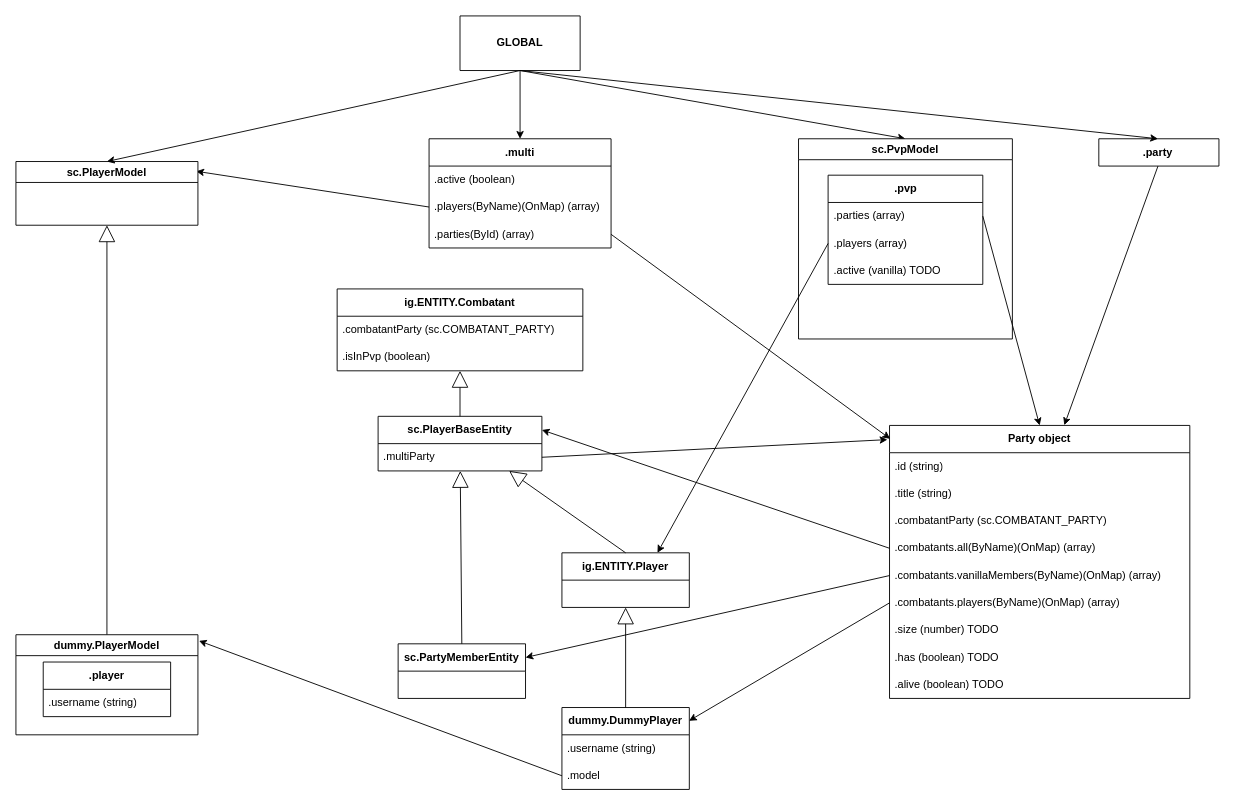
This is docs/drawio/game-vars.drawio from krypciak/cc-multibakery, a draw.io file, before an edit. Source tidied: cells renumbered, new cells numbered last; positions are measured from the earlier drawing's top-left corner, leaving out a move shared by most shapes. Both pictures are drawn from the tidied source at 91%, with x=0, y=0 at pixel (15, 15).
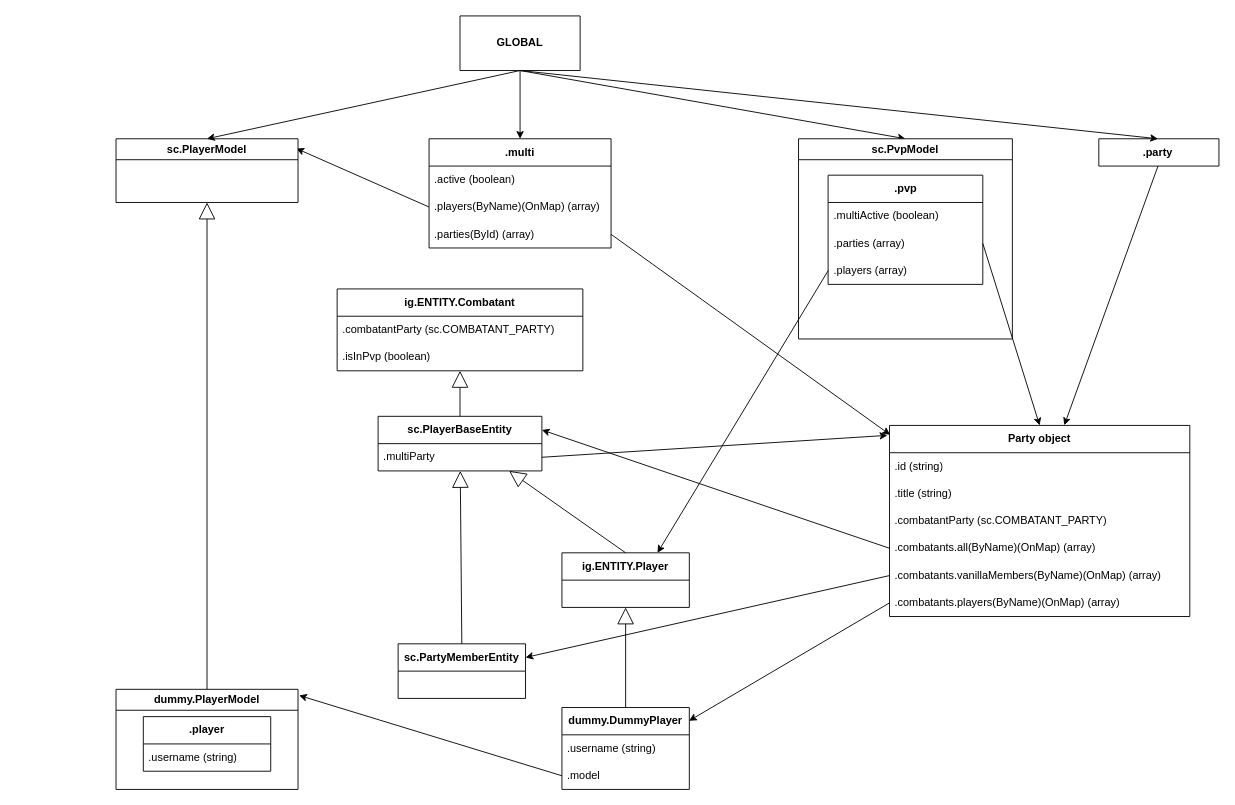
The same diagram, later.

Commit message (it also covers changes not shown here):
Add pvp.multiActive read only game variable

Unchanged cells that the change refers to:
```xml
<mxCell id="49" value="&lt;b&gt;.pvp&lt;/b&gt;" style="swimlane;fontStyle=0;horizontal=1;startSize=30;whiteSpace=wrap;html=1;" parent="48" vertex="1">
  <mxGeometry x="32.5" y="40" width="170" height="120" as="geometry" />
</mxCell>
```

The edit, as a diff of the source:
```diff
@@
     <mxCell id="12" value="&lt;b&gt;Party object&lt;/b&gt;" style="swimlane;fontStyle=0;horizontal=1;startSize=30;whiteSpace=wrap;html=1;" parent="1" vertex="1">
-      <mxGeometry x="960" y="450" width="330" height="300" as="geometry" />
+      <mxGeometry x="960" y="450" width="330" height="210" as="geometry" />
     </mxCell>
@@
-    <mxCell id="19" value=".size (number) TODO" style="text;strokeColor=none;fillColor=none;align=left;verticalAlign=middle;spacingLeft=4;spacingRight=4;overflow=hidden;whiteSpace=wrap;html=1;" parent="12" vertex="1">
-      <mxGeometry y="210" width="330" height="30" as="geometry" />
-    </mxCell>
-    <mxCell id="20" value=".has (boolean) TODO" style="text;strokeColor=none;fillColor=none;align=left;verticalAlign=middle;spacingLeft=4;spacingRight=4;overflow=hidden;whiteSpace=wrap;html=1;" parent="12" vertex="1">
-      <mxGeometry y="240" width="330" height="30" as="geometry" />
-    </mxCell>
-    <mxCell id="21" value=".alive (boolean) TODO" style="text;strokeColor=none;fillColor=none;align=left;verticalAlign=middle;spacingLeft=4;spacingRight=4;overflow=hidden;whiteSpace=wrap;html=1;" parent="12" vertex="1">
-      <mxGeometry y="270" width="330" height="30" as="geometry" />
-    </mxCell>
@@
     <mxCell id="38" value="sc.PlayerModel" style="swimlane;whiteSpace=wrap;html=1;" parent="1" vertex="1">
-      <mxGeometry y="160" width="200" height="70" as="geometry" />
+      <mxGeometry x="110" y="135" width="200" height="70" as="geometry" />
     </mxCell>
     <mxCell id="39" value="dummy.PlayerModel" style="swimlane;whiteSpace=wrap;html=1;" parent="1" vertex="1">
-      <mxGeometry y="680" width="200" height="110" as="geometry" />
+      <mxGeometry x="110" y="740" width="200" height="110" as="geometry" />
     </mxCell>
@@
+    <mxCell id="52" value=".multiActive (boolean)" style="text;strokeColor=none;fillColor=none;align=left;verticalAlign=middle;spacingLeft=4;spacingRight=4;overflow=hidden;whiteSpace=wrap;html=1;" parent="49" vertex="1">
+      <mxGeometry y="30" width="170" height="30" as="geometry" />
+    </mxCell>
     <mxCell id="50" value=".parties (array)" style="text;strokeColor=none;fillColor=none;align=left;verticalAlign=middle;spacingLeft=4;spacingRight=4;overflow=hidden;points=[[0,0.5],[1,0.5]];portConstraint=eastwest;whiteSpace=wrap;html=1;" parent="49" vertex="1">
-      <mxGeometry y="30" width="170" height="30" as="geometry" />
+      <mxGeometry y="60" width="170" height="30" as="geometry" />
     </mxCell>
     <mxCell id="51" value=".players (array)" style="text;strokeColor=none;fillColor=none;align=left;verticalAlign=middle;spacingLeft=4;spacingRight=4;overflow=hidden;points=[[0,0.5],[1,0.5]];portConstraint=eastwest;whiteSpace=wrap;html=1;" parent="49" vertex="1">
-      <mxGeometry y="60" width="170" height="30" as="geometry" />
+      <mxGeometry y="90" width="170" height="30" as="geometry" />
     </mxCell>
-    <mxCell id="52" value=".active (vanilla) TODO" style="text;strokeColor=none;fillColor=none;align=left;verticalAlign=middle;spacingLeft=4;spacingRight=4;overflow=hidden;whiteSpace=wrap;html=1;" parent="49" vertex="1">
-      <mxGeometry y="90" width="170" height="30" as="geometry" />
-    </mxCell>
```
